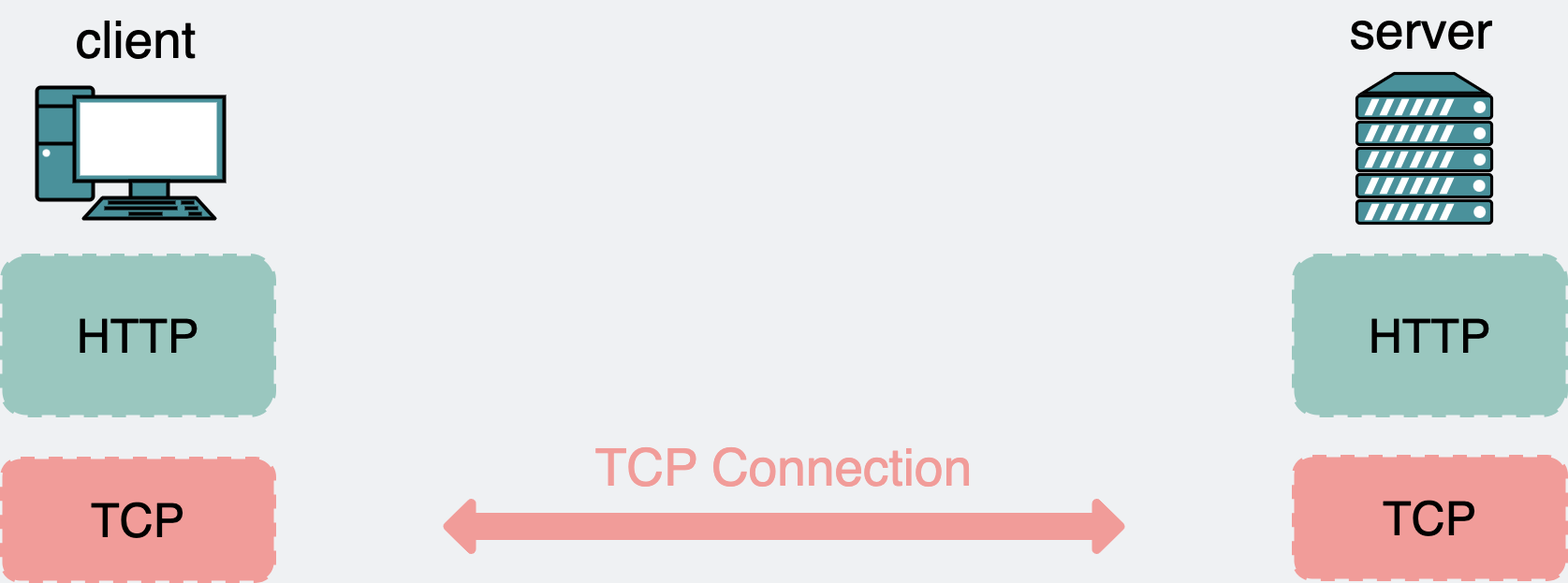
xiaobaiTech/image keeps this draw.io diagram as network/HTTP11底层依赖TCP.png. Above is the earlier version. Source tidied: cells renumbered, new cells last; positions are measured from the earlier drawing's top-left corner, leaving out a move shared by most shapes.
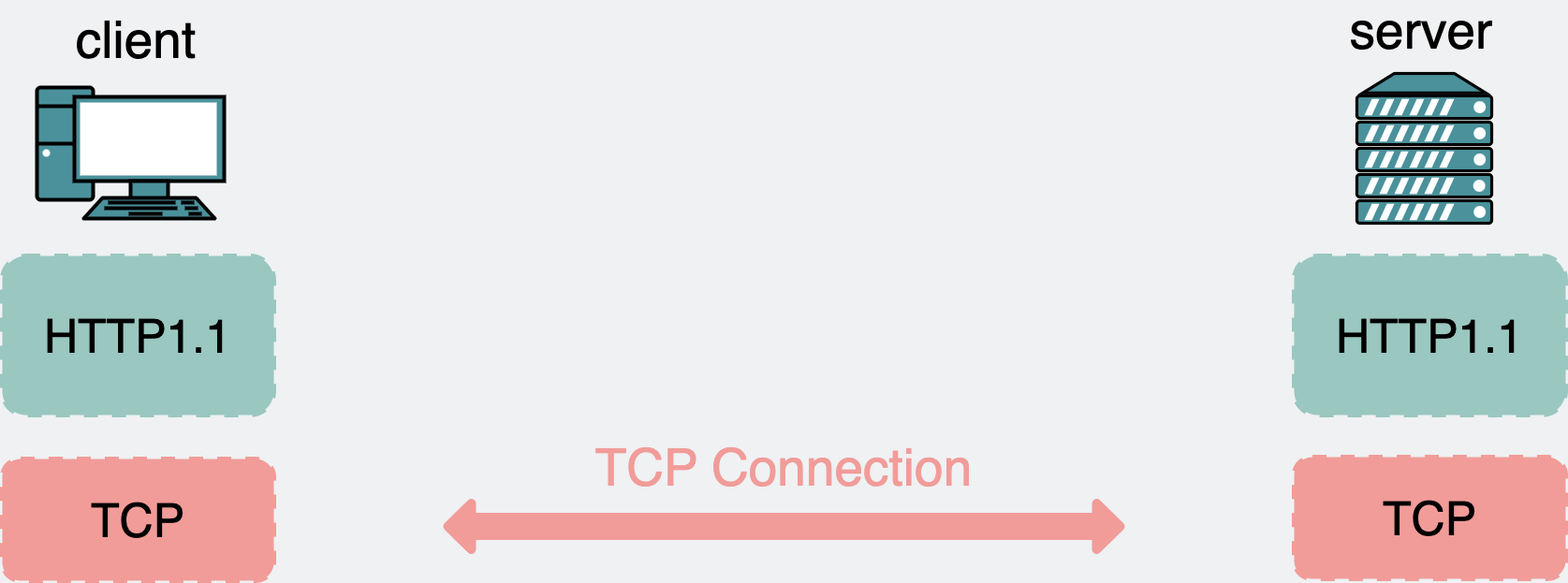
After the change.

Commit message:
更新HTTP11底层依赖TCP.png

Change to the diagram source:
```diff
@@ -2,7 +2,7 @@
   <root>
     <mxCell id="0" />
     <mxCell id="1" parent="0" />
-    <mxCell id="2" value="&lt;span style=&quot;font-size: 50px;&quot;&gt;HTTP&lt;/span&gt;" style="rounded=1;whiteSpace=wrap;html=1;dashed=1;strokeWidth=5;fontColor=none;fillColor=#9AC7BF;strokeColor=#9AC7BF;" parent="1" vertex="1">
+    <mxCell id="2" value="&lt;span style=&quot;font-size: 50px;&quot;&gt;HTTP1.1&lt;/span&gt;" style="rounded=1;whiteSpace=wrap;html=1;dashed=1;strokeWidth=5;fontColor=none;fillColor=#9AC7BF;strokeColor=#9AC7BF;" parent="1" vertex="1">
       <mxGeometry y="250" width="290" height="170" as="geometry" />
     </mxCell>
     <mxCell id="3" value="&lt;font style=&quot;font-size: 50px&quot;&gt;TCP&lt;/font&gt;" style="rounded=1;whiteSpace=wrap;html=1;dashed=1;strokeWidth=5;fontColor=none;fillColor=#F19C99;strokeColor=#F19C99;" parent="1" vertex="1">
@@ -14,7 +14,7 @@
     <mxCell id="5" value="&lt;font style=&quot;font-size: 55px&quot;&gt;client&lt;/font&gt;" style="text;html=1;strokeColor=none;fillColor=none;align=center;verticalAlign=middle;whiteSpace=wrap;rounded=0;" parent="1" vertex="1">
       <mxGeometry x="113" y="10" width="60" height="20" as="geometry" />
     </mxCell>
-    <mxCell id="6" value="&lt;font style=&quot;font-size: 50px&quot;&gt;HTTP&lt;/font&gt;" style="rounded=1;whiteSpace=wrap;html=1;dashed=1;strokeWidth=5;fontColor=none;fillColor=#9AC7BF;strokeColor=#9AC7BF;" parent="1" vertex="1">
+    <mxCell id="6" value="&lt;font style=&quot;font-size: 50px&quot;&gt;HTTP1.1&lt;/font&gt;" style="rounded=1;whiteSpace=wrap;html=1;dashed=1;strokeWidth=5;fontColor=none;fillColor=#9AC7BF;strokeColor=#9AC7BF;" parent="1" vertex="1">
       <mxGeometry x="1380" y="250" width="290" height="170" as="geometry" />
     </mxCell>
     <mxCell id="7" value="&lt;font style=&quot;font-size: 50px&quot;&gt;TCP&lt;/font&gt;" style="rounded=1;whiteSpace=wrap;html=1;dashed=1;strokeWidth=5;fontColor=none;fillColor=#F19C99;strokeColor=#F19C99;" parent="1" vertex="1">
```
